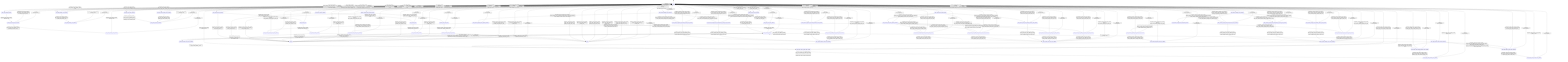
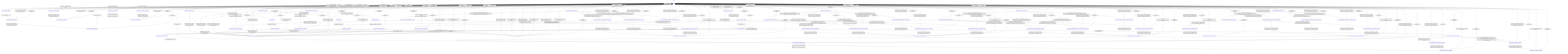
stateDiagram-v2
  direction TB
  [*] --> ready
  ready --> state_bind_storage_decision : bind_storage_runtime [guard_storage_bind_valid_without_mmap_resident_] / effect_bind_storage_
  ready --> state_bind_storage_error_decision : bind_storage_runtime [storage_bind_invalid_] / record_bind_storage_invalid_request_
  ready --> state_bind_storage_error_decision : bind_storage_runtime [guard_storage_bind_valid_with_mmap_resident_] / record_bind_storage_invalid_request_
  state_bind_storage_decision --> state_bind_storage_done_decision : completion_bind_storage_runtime_ [always] / none
  state_bind_storage_done_decision --> state_bind_storage_done_callback : completion_bind_storage_runtime_ [bind_storage_done_callback_present_] / publish_bind_storage_done_
  state_bind_storage_done_decision --> ready : completion_bind_storage_runtime_ [bind_storage_done_callback_absent_] / record_bind_storage_done_
  state_bind_storage_done_callback --> ready : completion_bind_storage_runtime_ [always] / none
  state_bind_storage_error_decision --> state_bind_storage_error_callback : completion_bind_storage_runtime_ [bind_storage_error_callback_present_] / publish_bind_storage_error_
  state_bind_storage_error_decision --> ready : completion_bind_storage_runtime_ [bind_storage_error_callback_absent_] / none
  state_bind_storage_error_callback --> ready : completion_bind_storage_runtime_ [always] / none
  state_awaiting_effects --> state_bind_storage_busy_error_callback : bind_storage_runtime [bind_storage_error_callback_present_] / publish_bind_storage_error_
  state_awaiting_effects --> state_awaiting_effects : bind_storage_runtime [bind_storage_error_callback_absent_] / record_bind_storage_invalid_request_
  state_bind_storage_busy_error_callback --> state_awaiting_effects : completion_bind_storage_runtime_ [always] / none
  ready --> state_plan_load_done_decision : plan_load_runtime [plan_load_valid_without_io_strategy_] / effect_plan_load_
  ready --> state_plan_load_done_decision : plan_load_runtime [plan_load_valid_with_io_strategy_] / effect_plan_io_load_
  ready --> state_plan_load_error_decision : plan_load_runtime [plan_load_invalid_request_] / none
  ready --> state_plan_load_capacity_error_decision : plan_load_runtime [plan_load_invalid_capacity_] / none
  state_plan_load_done_decision --> state_plan_load_done_callback : completion_plan_load_runtime_ [plan_load_done_callback_present_] / publish_plan_load_done_
  state_plan_load_done_decision --> state_awaiting_effects : completion_plan_load_runtime_ [plan_load_done_callback_absent_] / record_plan_load_done_
  state_plan_load_done_callback --> state_awaiting_effects : completion_plan_load_runtime_ [always] / none
  state_plan_load_error_decision --> state_plan_load_error_callback : completion_plan_load_runtime_ [plan_load_error_callback_present_] / publish_plan_load_invalid_request_
  state_plan_load_error_decision --> ready : completion_plan_load_runtime_ [plan_load_error_callback_absent_] / record_plan_load_invalid_request_
  state_plan_load_capacity_error_decision --> state_plan_load_error_callback : completion_plan_load_runtime_ [plan_load_error_callback_present_] / publish_plan_load_capacity_error_
  state_plan_load_capacity_error_decision --> ready : completion_plan_load_runtime_ [plan_load_error_callback_absent_] / record_plan_load_capacity_error_
  state_plan_load_error_callback --> ready : completion_plan_load_runtime_ [always] / none
  state_awaiting_effects --> state_apply_effect_results_request_decision : apply_effect_results_runtime [always] / none
  state_apply_effect_results_request_decision --> state_apply_effect_results_error_decision : completion_apply_effect_results_runtime_ [apply_results_invalid_] / none
  state_apply_effect_results_request_decision --> state_apply_effect_results_backend_error_decision : completion_apply_effect_results_runtime_ [apply_results_valid_with_effect_errors_] / none
  state_apply_effect_results_request_decision --> state_apply_effect_results_done_decision : completion_apply_effect_results_runtime_ [apply_results_valid_without_effect_errors_without_record_output_] / effect_apply_results_
  state_apply_effect_results_request_decision --> state_apply_effect_results_done_decision : completion_apply_effect_results_runtime_ [apply_results_valid_without_effect_errors_with_record_output_] / effect_apply_results_with_record_output_
  ready --> state_apply_effect_results_error_decision : apply_effect_results_runtime [always] / none
  state_apply_effect_results_done_decision --> state_apply_effect_results_done_callback : completion_apply_effect_results_runtime_ [apply_effect_results_done_callback_present_] / publish_apply_effect_results_done_
  state_apply_effect_results_done_decision --> ready : completion_apply_effect_results_runtime_ [apply_effect_results_done_callback_absent_] / record_apply_effect_results_done_
  state_apply_effect_results_done_callback --> ready : completion_apply_effect_results_runtime_ [always] / none
  state_apply_effect_results_error_decision --> state_apply_effect_results_error_callback : completion_apply_effect_results_runtime_ [apply_effect_results_error_callback_present_] / publish_apply_effect_results_invalid_request_
  state_apply_effect_results_error_decision --> ready : completion_apply_effect_results_runtime_ [apply_effect_results_error_callback_absent_] / record_apply_effect_results_invalid_request_
  state_apply_effect_results_backend_error_decision --> state_apply_effect_results_error_callback : completion_apply_effect_results_runtime_ [apply_effect_results_error_callback_present_] / publish_apply_effect_results_backend_error_
  state_apply_effect_results_backend_error_decision --> ready : completion_apply_effect_results_runtime_ [apply_effect_results_error_callback_absent_] / record_apply_effect_results_backend_error_
  state_apply_effect_results_error_callback --> ready : completion_apply_effect_results_runtime_ [always] / none
  ready --> bind_tensor_request_decision : bind_tensor_runtime [always] / begin_bind_tensor_
  bind_tensor_request_decision --> bind_tensor_exec : completion_bind_tensor_runtime_ [bind_tensor_request_valid_] / none
  bind_tensor_request_decision --> errored : completion_bind_tensor_runtime_ [bind_tensor_request_invalid_] / mark_invalid_request_
  bind_tensor_exec --> bind_tensor_result_decision : completion_bind_tensor_runtime_ [always] / exec_bind_tensor_
  bind_tensor_result_decision --> done : completion_bind_tensor_runtime_ [operation_succeeded_] / none
  bind_tensor_result_decision --> errored : completion_bind_tensor_runtime_ [operation_not_dispatched_] / mark_invalid_request_
  ready --> evict_tensor_request_decision : evict_tensor_runtime [always] / begin_evict_tensor_
  evict_tensor_request_decision --> evict_tensor_exec : completion_evict_tensor_runtime_ [evict_tensor_request_valid_] / none
  evict_tensor_request_decision --> errored : completion_evict_tensor_runtime_ [evict_tensor_request_invalid_] / mark_invalid_request_
  evict_tensor_exec --> evict_tensor_result_decision : completion_evict_tensor_runtime_ [always] / exec_evict_tensor_
  evict_tensor_result_decision --> done : completion_evict_tensor_runtime_ [operation_succeeded_] / none
  evict_tensor_result_decision --> errored : completion_evict_tensor_runtime_ [operation_not_dispatched_] / mark_invalid_request_
  ready --> capture_tensor_state_request_decision : capture_tensor_state_runtime [always] / begin_capture_tensor_state_
  capture_tensor_state_request_decision --> capture_tensor_state_exec : completion_capture_tensor_state_runtime_ [capture_tensor_state_request_valid_] / none
  capture_tensor_state_request_decision --> errored : completion_capture_tensor_state_runtime_ [capture_tensor_state_request_invalid_] / mark_invalid_request_
  capture_tensor_state_exec --> capture_tensor_state_result_decision : completion_capture_tensor_state_runtime_ [always] / exec_capture_tensor_state_
  capture_tensor_state_result_decision --> done : completion_capture_tensor_state_runtime_ [operation_succeeded_] / none
  capture_tensor_state_result_decision --> errored : completion_capture_tensor_state_runtime_ [operation_not_dispatched_] / mark_invalid_request_
  done --> ready : completion_bind_tensor_runtime_ [error_code_output_present_] / publish_done_with_error_code_
  done --> ready : completion_bind_tensor_runtime_ [error_code_output_absent_] / publish_done_
  errored --> ready : completion_bind_tensor_runtime_ [error_code_output_present_] / publish_error_with_error_code_
  errored --> ready : completion_bind_tensor_runtime_ [error_code_output_absent_] / publish_error_
  done --> ready : completion_evict_tensor_runtime_ [error_code_output_present_] / publish_done_with_error_code_
  done --> ready : completion_evict_tensor_runtime_ [error_code_output_absent_] / publish_done_
  errored --> ready : completion_evict_tensor_runtime_ [error_code_output_present_] / publish_error_with_error_code_
  errored --> ready : completion_evict_tensor_runtime_ [error_code_output_absent_] / publish_error_
  done --> ready : completion_capture_tensor_state_runtime_ [error_code_output_present_] / publish_done_with_error_code_
  done --> ready : completion_capture_tensor_state_runtime_ [error_code_output_absent_] / publish_done_
  errored --> ready : completion_capture_tensor_state_runtime_ [error_code_output_present_] / publish_error_with_error_code_
  errored --> ready : completion_capture_tensor_state_runtime_ [error_code_output_absent_] / publish_error_
  ready --> state_request_mapped_load_decision : request_mapped_load_runtime [always] / effect_begin_request_mapped_load_
  state_request_mapped_load_decision --> state_request_mapped_load_unsupported_io_mmap_error_decision : completion_request_mapped_load_runtime_ [request_mapped_load_io_mmap_absent_] / effect_mark_request_mapped_load_unsupported_io_mmap_
  state_request_mapped_load_decision --> state_request_mapped_load_invalid_request_error_decision : completion_request_mapped_load_runtime_ [request_mapped_load_io_mmap_present_request_invalid_] / effect_mark_request_mapped_load_invalid_request_
  state_request_mapped_load_decision --> state_request_mapped_load_already_resident_error_decision : completion_request_mapped_load_runtime_ [request_mapped_load_io_mmap_present_request_valid_already_resident_] / effect_mark_request_mapped_load_tensor_already_resident_
  state_request_mapped_load_decision --> state_request_mapped_load_dispatch_decision : completion_request_mapped_load_runtime_ [request_mapped_load_io_mmap_present_request_valid_tensor_unbound_] / effect_attempt_request_mapped_load_dispatch_
  state_request_mapped_load_dispatch_decision --> state_request_mapped_load_done_callback : completion_request_mapped_load_runtime_ [request_mapped_load_io_mmap_succeeded_] / effect_commit_request_mapped_load_
  state_request_mapped_load_dispatch_decision --> state_request_mapped_load_io_mmap_error_decision : completion_request_mapped_load_runtime_ [request_mapped_load_io_mmap_failed_] / effect_mark_request_mapped_load_io_mmap_failed_
  state_request_mapped_load_done_callback --> ready : completion_request_mapped_load_runtime_ [always] / effect_publish_request_mapped_load_done_
  state_request_mapped_load_invalid_request_error_decision --> state_request_mapped_load_error_callback : completion_request_mapped_load_runtime_ [request_mapped_load_error_callback_present_] / effect_publish_request_mapped_load_error_
  state_request_mapped_load_invalid_request_error_decision --> ready : completion_request_mapped_load_runtime_ [request_mapped_load_error_callback_absent_] / effect_record_request_mapped_load_error_
  state_request_mapped_load_unsupported_io_mmap_error_decision --> state_request_mapped_load_error_callback : completion_request_mapped_load_runtime_ [request_mapped_load_error_callback_present_] / effect_publish_request_mapped_load_error_
  state_request_mapped_load_unsupported_io_mmap_error_decision --> ready : completion_request_mapped_load_runtime_ [request_mapped_load_error_callback_absent_] / effect_record_request_mapped_load_error_
  state_request_mapped_load_already_resident_error_decision --> state_request_mapped_load_error_callback : completion_request_mapped_load_runtime_ [request_mapped_load_error_callback_present_] / effect_publish_request_mapped_load_error_
  state_request_mapped_load_already_resident_error_decision --> ready : completion_request_mapped_load_runtime_ [request_mapped_load_error_callback_absent_] / effect_record_request_mapped_load_error_
  state_request_mapped_load_io_mmap_error_decision --> state_request_mapped_load_error_callback : completion_request_mapped_load_runtime_ [request_mapped_load_error_callback_present_] / effect_publish_request_mapped_load_error_
  state_request_mapped_load_io_mmap_error_decision --> ready : completion_request_mapped_load_runtime_ [request_mapped_load_error_callback_absent_] / effect_record_request_mapped_load_error_
  state_request_mapped_load_error_callback --> ready : completion_request_mapped_load_runtime_ [always] / effect_record_request_mapped_load_error_
  ready --> state_request_read_load_decision : request_read_load_runtime [always] / effect_begin_request_read_load_
  state_request_read_load_decision --> state_request_read_load_unsupported_io_read_error_decision : completion_request_read_load_runtime_ [request_read_load_io_read_absent_] / effect_mark_request_read_load_unsupported_io_read_
  state_request_read_load_decision --> state_request_read_load_invalid_request_error_decision : completion_request_read_load_runtime_ [request_read_load_io_read_present_request_invalid_] / effect_mark_request_read_load_invalid_request_
  state_request_read_load_decision --> state_request_read_load_already_resident_error_decision : completion_request_read_load_runtime_ [request_read_load_io_read_present_request_valid_already_resident_] / effect_mark_request_read_load_tensor_already_resident_
  state_request_read_load_decision --> state_request_read_load_dispatch_decision : completion_request_read_load_runtime_ [request_read_load_io_read_present_request_valid_tensor_unbound_] / effect_attempt_request_read_load_dispatch_
  state_request_read_load_dispatch_decision --> state_request_read_load_done_callback : completion_request_read_load_runtime_ [request_read_load_io_read_succeeded_] / effect_commit_request_read_load_
  state_request_read_load_dispatch_decision --> state_request_read_load_invalid_request_error_decision : completion_request_read_load_runtime_ [request_read_load_io_read_invalid_request_] / effect_mark_request_read_load_invalid_request_
  state_request_read_load_dispatch_decision --> state_request_read_load_unsupported_io_read_error_decision : completion_request_read_load_runtime_ [request_read_load_io_read_unsupported_] / effect_mark_request_read_load_unsupported_io_read_
  state_request_read_load_dispatch_decision --> state_request_read_load_io_read_file_open_error_decision : completion_request_read_load_runtime_ [request_read_load_io_read_file_open_failed_] / effect_mark_request_read_load_io_read_failed_
  state_request_read_load_dispatch_decision --> state_request_read_load_io_read_file_read_error_decision : completion_request_read_load_runtime_ [request_read_load_io_read_file_read_or_other_failed_] / effect_mark_request_read_load_io_read_failed_
  state_request_read_load_done_callback --> ready : completion_request_read_load_runtime_ [always] / effect_publish_request_read_load_done_
  state_request_read_load_invalid_request_error_decision --> state_request_read_load_error_callback : completion_request_read_load_runtime_ [request_read_load_error_callback_present_] / effect_publish_request_read_load_error_
  state_request_read_load_invalid_request_error_decision --> ready : completion_request_read_load_runtime_ [request_read_load_error_callback_absent_] / effect_record_request_read_load_error_
  state_request_read_load_unsupported_io_read_error_decision --> state_request_read_load_error_callback : completion_request_read_load_runtime_ [request_read_load_error_callback_present_] / effect_publish_request_read_load_error_
  state_request_read_load_unsupported_io_read_error_decision --> ready : completion_request_read_load_runtime_ [request_read_load_error_callback_absent_] / effect_record_request_read_load_error_
  state_request_read_load_already_resident_error_decision --> state_request_read_load_error_callback : completion_request_read_load_runtime_ [request_read_load_error_callback_present_] / effect_publish_request_read_load_error_
  state_request_read_load_already_resident_error_decision --> ready : completion_request_read_load_runtime_ [request_read_load_error_callback_absent_] / effect_record_request_read_load_error_
  state_request_read_load_io_read_file_open_error_decision --> state_request_read_load_error_callback : completion_request_read_load_runtime_ [request_read_load_error_callback_present_] / effect_publish_request_read_load_error_
  state_request_read_load_io_read_file_open_error_decision --> ready : completion_request_read_load_runtime_ [request_read_load_error_callback_absent_] / effect_record_request_read_load_error_
  state_request_read_load_io_read_file_read_error_decision --> state_request_read_load_error_callback : completion_request_read_load_runtime_ [request_read_load_error_callback_present_] / effect_publish_request_read_load_error_
  state_request_read_load_io_read_file_read_error_decision --> ready : completion_request_read_load_runtime_ [request_read_load_error_callback_absent_] / effect_record_request_read_load_error_
  state_request_read_load_error_callback --> ready : completion_request_read_load_runtime_ [always] / effect_record_request_read_load_error_
+   ready --> state_request_staged_load_decision : request_staged_load_runtime [always] / effect_begin_request_staged_load_
+   state_request_staged_load_decision --> state_request_staged_load_unsupported_io_staged_read_error_decision : completion_request_staged_load_runtime_ [request_staged_load_io_staged_read_absent_] / effect_mark_request_staged_load_unsupported_io_staged_read_
+   state_request_staged_load_decision --> state_request_staged_load_invalid_request_error_decision : completion_request_staged_load_runtime_ [request_staged_load_io_staged_read_present_request_invalid_] / effect_mark_request_staged_load_invalid_request_
+   state_request_staged_load_decision --> state_request_staged_load_already_resident_error_decision : completion_request_staged_load_runtime_ [request_staged_load_io_staged_read_present_request_valid_already_resident_] / effect_mark_request_staged_load_tensor_already_resident_
+   state_request_staged_load_decision --> state_request_staged_load_dispatch_decision : completion_request_staged_load_runtime_ [request_staged_load_io_staged_read_present_request_valid_tensor_unbound_] / effect_attempt_request_staged_load_dispatch_
+   state_request_staged_load_dispatch_decision --> state_request_staged_load_done_callback : completion_request_staged_load_runtime_ [request_staged_load_io_staged_read_succeeded_] / effect_commit_request_staged_load_
+   state_request_staged_load_dispatch_decision --> state_request_staged_load_invalid_request_error_decision : completion_request_staged_load_runtime_ [request_staged_load_io_staged_read_invalid_request_] / effect_mark_request_staged_load_invalid_request_
+   state_request_staged_load_dispatch_decision --> state_request_staged_load_unsupported_io_staged_read_error_decision : completion_request_staged_load_runtime_ [request_staged_load_io_staged_read_unsupported_] / effect_mark_request_staged_load_unsupported_io_staged_read_
+   state_request_staged_load_dispatch_decision --> state_request_staged_load_io_staged_read_error_decision : completion_request_staged_load_runtime_ [request_staged_load_io_staged_read_other_failed_] / effect_mark_request_staged_load_io_staged_read_failed_
+   state_request_staged_load_done_callback --> ready : completion_request_staged_load_runtime_ [always] / effect_publish_request_staged_load_done_
+   state_request_staged_load_invalid_request_error_decision --> state_request_staged_load_error_callback : completion_request_staged_load_runtime_ [request_staged_load_error_callback_present_] / effect_publish_request_staged_load_error_
+   state_request_staged_load_invalid_request_error_decision --> ready : completion_request_staged_load_runtime_ [request_staged_load_error_callback_absent_] / effect_record_request_staged_load_error_
+   state_request_staged_load_unsupported_io_staged_read_error_decision --> state_request_staged_load_error_callback : completion_request_staged_load_runtime_ [request_staged_load_error_callback_present_] / effect_publish_request_staged_load_error_
+   state_request_staged_load_unsupported_io_staged_read_error_decision --> ready : completion_request_staged_load_runtime_ [request_staged_load_error_callback_absent_] / effect_record_request_staged_load_error_
+   state_request_staged_load_already_resident_error_decision --> state_request_staged_load_error_callback : completion_request_staged_load_runtime_ [request_staged_load_error_callback_present_] / effect_publish_request_staged_load_error_
+   state_request_staged_load_already_resident_error_decision --> ready : completion_request_staged_load_runtime_ [request_staged_load_error_callback_absent_] / effect_record_request_staged_load_error_
+   state_request_staged_load_io_staged_read_error_decision --> state_request_staged_load_error_callback : completion_request_staged_load_runtime_ [request_staged_load_error_callback_present_] / effect_publish_request_staged_load_error_
+   state_request_staged_load_io_staged_read_error_decision --> ready : completion_request_staged_load_runtime_ [request_staged_load_error_callback_absent_] / effect_record_request_staged_load_error_
+   state_request_staged_load_error_callback --> ready : completion_request_staged_load_runtime_ [always] / effect_record_request_staged_load_error_
  ready --> state_release_mapped_load_decision : release_mapped_load_runtime [always] / effect_begin_release_mapped_load_
  state_release_mapped_load_decision --> state_release_mapped_load_unsupported_io_mmap_error_decision : completion_release_mapped_load_runtime_ [release_mapped_load_io_mmap_absent_] / effect_mark_release_mapped_load_unsupported_io_mmap_
  state_release_mapped_load_decision --> state_release_mapped_load_invalid_request_error_decision : completion_release_mapped_load_runtime_ [release_mapped_load_io_mmap_present_request_invalid_] / effect_mark_release_mapped_load_invalid_request_
  state_release_mapped_load_decision --> state_release_mapped_load_handle_absent_error_decision : completion_release_mapped_load_runtime_ [release_mapped_load_io_mmap_present_request_valid_handle_absent_] / effect_mark_release_mapped_load_handle_absent_
  state_release_mapped_load_decision --> state_release_mapped_load_dispatch_decision : completion_release_mapped_load_runtime_ [release_mapped_load_io_mmap_present_request_valid_handle_present_] / effect_attempt_release_mapped_load_dispatch_
  state_release_mapped_load_dispatch_decision --> state_release_mapped_load_publish_done_decision : completion_release_mapped_load_runtime_ [release_mapped_load_io_mmap_succeeded_] / effect_commit_release_mapped_load_
  state_release_mapped_load_dispatch_decision --> state_release_mapped_load_io_mmap_error_decision : completion_release_mapped_load_runtime_ [release_mapped_load_io_mmap_failed_] / effect_mark_release_mapped_load_io_mmap_failed_
  state_release_mapped_load_publish_done_decision --> state_release_mapped_load_done_callback : completion_release_mapped_load_runtime_ [release_mapped_load_done_callback_present_] / effect_publish_release_mapped_load_done_
  state_release_mapped_load_publish_done_decision --> ready : completion_release_mapped_load_runtime_ [release_mapped_load_done_callback_absent_] / effect_record_release_mapped_load_done_
  state_release_mapped_load_done_callback --> ready : completion_release_mapped_load_runtime_ [always] / effect_record_release_mapped_load_done_
  state_release_mapped_load_invalid_request_error_decision --> state_release_mapped_load_error_callback : completion_release_mapped_load_runtime_ [release_mapped_load_error_callback_present_] / effect_publish_release_mapped_load_error_
  state_release_mapped_load_invalid_request_error_decision --> ready : completion_release_mapped_load_runtime_ [release_mapped_load_error_callback_absent_] / effect_record_release_mapped_load_error_
  state_release_mapped_load_unsupported_io_mmap_error_decision --> state_release_mapped_load_error_callback : completion_release_mapped_load_runtime_ [release_mapped_load_error_callback_present_] / effect_publish_release_mapped_load_error_
  state_release_mapped_load_unsupported_io_mmap_error_decision --> ready : completion_release_mapped_load_runtime_ [release_mapped_load_error_callback_absent_] / effect_record_release_mapped_load_error_
  state_release_mapped_load_handle_absent_error_decision --> state_release_mapped_load_error_callback : completion_release_mapped_load_runtime_ [release_mapped_load_error_callback_present_] / effect_publish_release_mapped_load_error_
  state_release_mapped_load_handle_absent_error_decision --> ready : completion_release_mapped_load_runtime_ [release_mapped_load_error_callback_absent_] / effect_record_release_mapped_load_error_
  state_release_mapped_load_io_mmap_error_decision --> state_release_mapped_load_error_callback : completion_release_mapped_load_runtime_ [release_mapped_load_error_callback_present_] / effect_publish_release_mapped_load_error_
  state_release_mapped_load_io_mmap_error_decision --> ready : completion_release_mapped_load_runtime_ [release_mapped_load_error_callback_absent_] / effect_record_release_mapped_load_error_
  state_release_mapped_load_error_callback --> ready : completion_release_mapped_load_runtime_ [always] / effect_record_release_mapped_load_error_
  ready --> ready : _ [always] / on_unexpected_
  state_bind_storage_decision --> ready : _ [always] / on_unexpected_
  state_bind_storage_done_decision --> ready : _ [always] / on_unexpected_
  state_bind_storage_done_callback --> ready : _ [always] / on_unexpected_
  state_bind_storage_error_decision --> ready : _ [always] / on_unexpected_
  state_bind_storage_error_callback --> ready : _ [always] / on_unexpected_
  state_bind_storage_busy_error_callback --> state_awaiting_effects : _ [always] / on_unexpected_
  state_plan_load_done_decision --> ready : _ [always] / on_unexpected_
  state_plan_load_done_callback --> ready : _ [always] / on_unexpected_
  state_plan_load_error_decision --> ready : _ [always] / on_unexpected_
  state_plan_load_capacity_error_decision --> ready : _ [always] / on_unexpected_
  state_plan_load_error_callback --> ready : _ [always] / on_unexpected_
  state_awaiting_effects --> ready : _ [always] / on_unexpected_
  state_apply_effect_results_request_decision --> ready : _ [always] / on_unexpected_
  state_apply_effect_results_done_decision --> ready : _ [always] / on_unexpected_
  state_apply_effect_results_done_callback --> ready : _ [always] / on_unexpected_
  state_apply_effect_results_error_decision --> ready : _ [always] / on_unexpected_
  state_apply_effect_results_backend_error_decision --> ready : _ [always] / on_unexpected_
  state_apply_effect_results_error_callback --> ready : _ [always] / on_unexpected_
  bind_tensor_request_decision --> ready : _ [always] / on_unexpected_
  bind_tensor_exec --> ready : _ [always] / on_unexpected_
  bind_tensor_result_decision --> ready : _ [always] / on_unexpected_
  evict_tensor_request_decision --> ready : _ [always] / on_unexpected_
  evict_tensor_exec --> ready : _ [always] / on_unexpected_
  evict_tensor_result_decision --> ready : _ [always] / on_unexpected_
  capture_tensor_state_request_decision --> ready : _ [always] / on_unexpected_
  capture_tensor_state_exec --> ready : _ [always] / on_unexpected_
  capture_tensor_state_result_decision --> ready : _ [always] / on_unexpected_
  done --> ready : _ [always] / on_unexpected_
  errored --> ready : _ [always] / on_unexpected_
  state_request_mapped_load_decision --> ready : _ [always] / on_unexpected_
  state_request_mapped_load_dispatch_decision --> ready : _ [always] / on_unexpected_
  state_request_mapped_load_done_callback --> ready : _ [always] / on_unexpected_
  state_request_mapped_load_invalid_request_error_decision --> ready : _ [always] / on_unexpected_
  state_request_mapped_load_unsupported_io_mmap_error_decision --> ready : _ [always] / on_unexpected_
  state_request_mapped_load_already_resident_error_decision --> ready : _ [always] / on_unexpected_
  state_request_mapped_load_io_mmap_error_decision --> ready : _ [always] / on_unexpected_
  state_request_mapped_load_error_callback --> ready : _ [always] / on_unexpected_
  state_request_read_load_decision --> ready : _ [always] / on_unexpected_
  state_request_read_load_dispatch_decision --> ready : _ [always] / on_unexpected_
  state_request_read_load_done_callback --> ready : _ [always] / on_unexpected_
  state_request_read_load_invalid_request_error_decision --> ready : _ [always] / on_unexpected_
  state_request_read_load_unsupported_io_read_error_decision --> ready : _ [always] / on_unexpected_
  state_request_read_load_already_resident_error_decision --> ready : _ [always] / on_unexpected_
  state_request_read_load_io_read_file_open_error_decision --> ready : _ [always] / on_unexpected_
  state_request_read_load_io_read_file_read_error_decision --> ready : _ [always] / on_unexpected_
  state_request_read_load_error_callback --> ready : _ [always] / on_unexpected_
+   state_request_staged_load_decision --> ready : _ [always] / on_unexpected_
+   state_request_staged_load_dispatch_decision --> ready : _ [always] / on_unexpected_
+   state_request_staged_load_done_callback --> ready : _ [always] / on_unexpected_
+   state_request_staged_load_invalid_request_error_decision --> ready : _ [always] / on_unexpected_
+   state_request_staged_load_unsupported_io_staged_read_error_decision --> ready : _ [always] / on_unexpected_
+   state_request_staged_load_already_resident_error_decision --> ready : _ [always] / on_unexpected_
+   state_request_staged_load_io_staged_read_error_decision --> ready : _ [always] / on_unexpected_
+   state_request_staged_load_error_callback --> ready : _ [always] / on_unexpected_
  state_release_mapped_load_decision --> ready : _ [always] / on_unexpected_
  state_release_mapped_load_dispatch_decision --> ready : _ [always] / on_unexpected_
  state_release_mapped_load_publish_done_decision --> ready : _ [always] / on_unexpected_
  state_release_mapped_load_done_callback --> ready : _ [always] / on_unexpected_
  state_release_mapped_load_invalid_request_error_decision --> ready : _ [always] / on_unexpected_
  state_release_mapped_load_unsupported_io_mmap_error_decision --> ready : _ [always] / on_unexpected_
  state_release_mapped_load_handle_absent_error_decision --> ready : _ [always] / on_unexpected_
  state_release_mapped_load_io_mmap_error_decision --> ready : _ [always] / on_unexpected_
  state_release_mapped_load_error_callback --> ready : _ [always] / on_unexpected_
